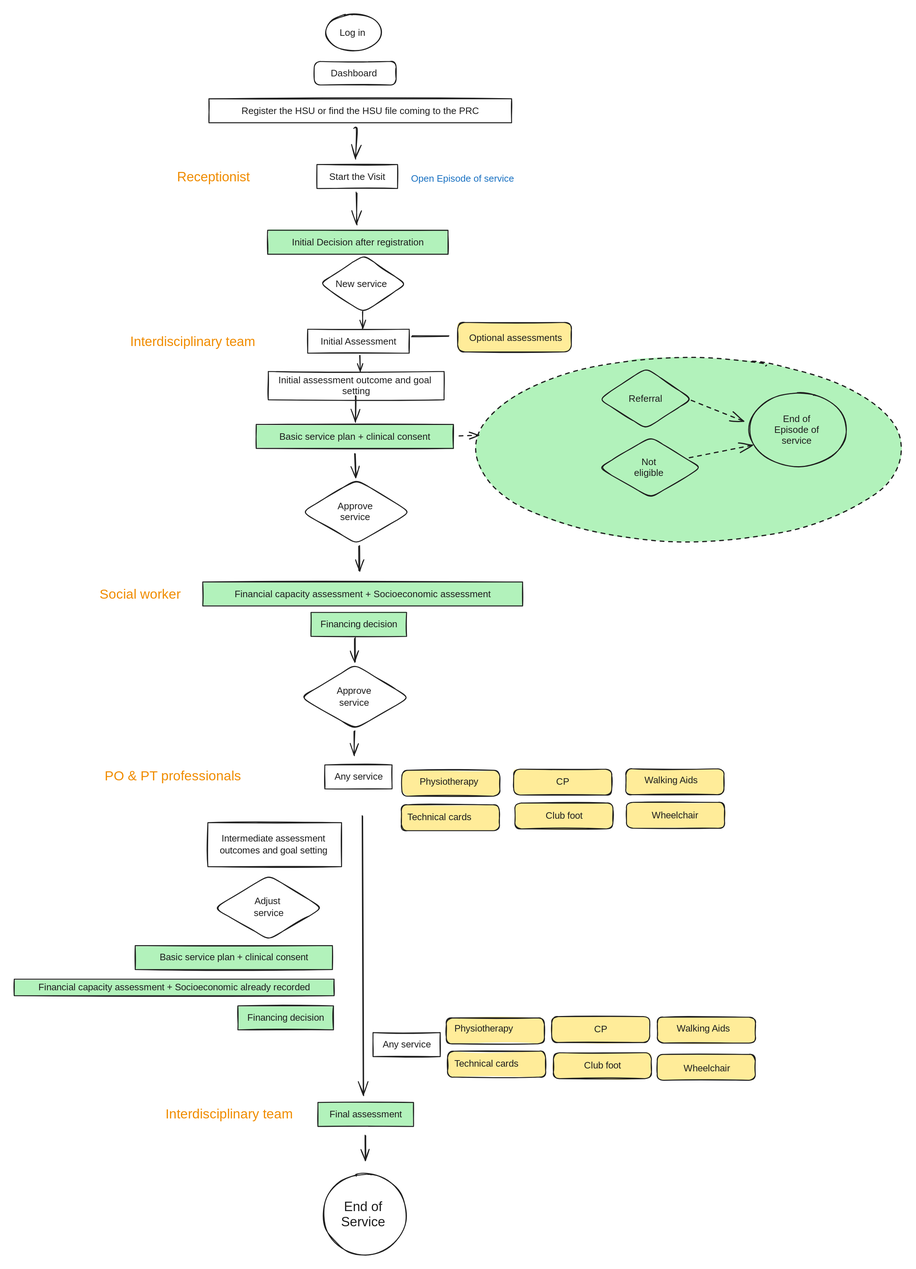
This is digital-center-management-system-v2/.gitbook/assets/file.excalidraw.svg from icrc/digitalhealth-docs, a Excalidraw export, as it was before one commit. Source tidied: one line per element, renumbered; positions are measured from the earlier drawing's top-left corner, leaving out a move shared by most shapes.
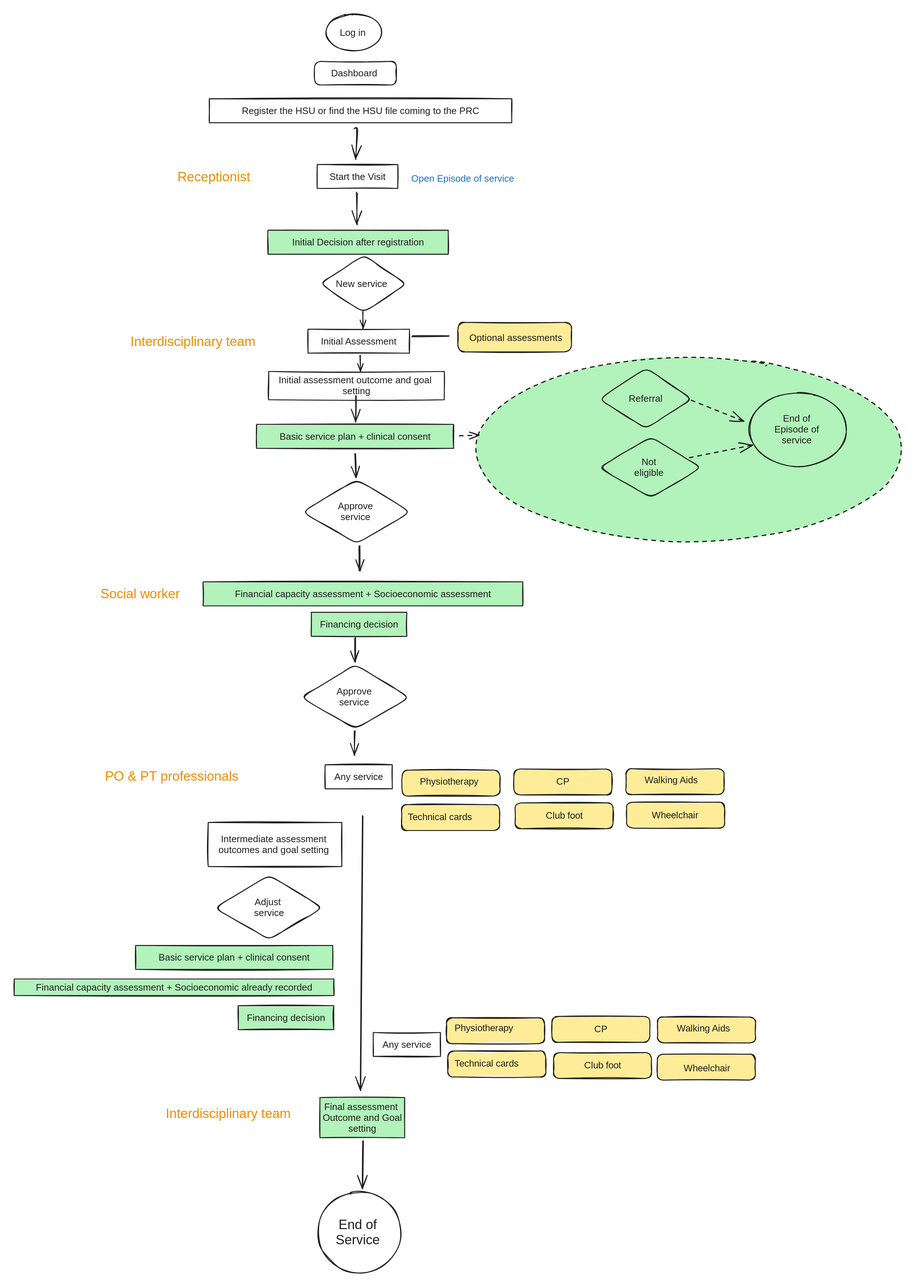
The same file after the commit.

What changed in the source:
```diff
@@ -8,12 +8,12 @@
 {"id": 7, "type": "rectangle", "strokeColor": "#1e1e1e", "backgroundColor": "#b2f2bb", "fillStyle": "solid", "strokeWidth": 2, "roughness": 1, "x": 512, "y": 868, "width": 417, "height": 51}
 {"id": 8, "type": "rectangle", "strokeColor": "#1e1e1e", "backgroundColor": "#b2f2bb", "fillStyle": "solid", "strokeWidth": 2, "roughness": 1, "x": 399, "y": 1201, "width": 676, "height": 51}
 {"id": 9, "type": "rectangle", "strokeColor": "#1e1e1e", "strokeWidth": 2, "roughness": 1, "x": 657, "y": 1588, "width": 142, "height": 51}
-{"id": 10, "type": "rectangle", "strokeColor": "#1e1e1e", "backgroundColor": "#b2f2bb", "fillStyle": "solid", "strokeWidth": 2, "roughness": 1, "x": 642, "y": 2302, "width": 202, "height": 51}
+{"id": 10, "type": "rectangle", "strokeColor": "#1e1e1e", "backgroundColor": "#b2f2bb", "fillStyle": "solid", "strokeWidth": 2, "roughness": 1, "x": 646, "y": 2292, "width": 179, "height": 85}
-{"id": 11, "type": "arrow", "strokeColor": "#1e1e1e", "strokeWidth": 2, "roughness": 1, "endArrowhead": "arrow", "round": true, "from": 2, "to": 3, "x": 718, "y": 242, "width": 6, "height": 64, "points": [[0, 0], [6, 3], [3, 64]]}
+{"id": 11, "type": "arrow", "strokeColor": "#1e1e1e", "strokeWidth": 2, "roughness": 1, "endArrowhead": "arrow", "round": true, "from": 2, "to": 3, "x": 718, "y": 243, "width": 6, "height": 64, "points": [[0, 0], [6, 3], [3, 64]]}
 {"id": 12, "type": "arrow", "strokeColor": "#1e1e1e", "strokeWidth": 2, "roughness": 1, "endArrowhead": "arrow", "round": true, "from": 3, "to": 4, "x": 723, "y": 377, "width": 2, "height": 68, "points": [[0, 0], [2, 68]]}
 {"id": 13, "type": "arrow", "strokeColor": "#1e1e1e", "strokeWidth": 2, "roughness": 1, "endArrowhead": "arrow", "round": true, "from": 5, "to": 6, "x": 731, "y": 722, "width": 1, "height": 33, "points": [[0, 0], [1, 33]]}
 {"id": 14, "type": "arrow", "strokeColor": "#1e1e1e", "strokeWidth": 2, "roughness": 1, "endArrowhead": "arrow", "round": true, "from": 6, "to": 7, "x": 722, "y": 807, "width": 1, "height": 55, "points": [[0, 0], [-1, 55]]}
-{"id": 15, "type": "arrow", "strokeColor": "#1e1e1e", "strokeWidth": 2, "roughness": 1, "endArrowhead": "arrow", "round": true, "to": 10, "x": 736, "y": 1697, "width": 3, "height": 589, "points": [[0, 0], [3, 589]]}
+{"id": 15, "type": "arrow", "strokeColor": "#1e1e1e", "strokeWidth": 2, "roughness": 1, "endArrowhead": "arrow", "round": true, "to": 10, "x": 736, "y": 1697, "width": 4, "height": 579, "points": [[0, 0], [-4, 579]]}
 {"id": 16, "type": "text", "text": "Register the HSU or find the HSU file coming to the PRC", "strokeColor": "#1e1e1e", "strokeWidth": 2, "roughness": 1, "fontSize": 20, "fontFamily": 2, "textAlign": "center", "verticalAlign": "middle", "inside": 2, "x": 480, "y": 193, "width": 504, "height": 23}
 {"id": 17, "type": "text", "text": "Start the Visit", "strokeColor": "#1e1e1e", "strokeWidth": 2, "roughness": 1, "fontSize": 20, "fontFamily": 2, "textAlign": "center", "verticalAlign": "middle", "inside": 3, "x": 666, "y": 332, "width": 119, "height": 23}
 {"id": 18, "type": "text", "text": "Initial Decision after registration", "strokeColor": "#1e1e1e", "strokeWidth": 2, "roughness": 1, "fontSize": 20, "fontFamily": 2, "textAlign": "center", "verticalAlign": "middle", "inside": 4, "x": 587, "y": 471, "width": 280, "height": 23}
@@ -21,8 +21,8 @@
 {"id": 20, "type": "text", "text": "Initial assessment outcome and goal \nsetting", "strokeColor": "#1e1e1e", "strokeWidth": 2, "roughness": 1, "fontSize": 20, "fontFamily": 2, "textAlign": "center", "verticalAlign": "middle", "inside": 6, "x": 558, "y": 763, "width": 330, "height": 46}
 {"id": 21, "type": "text", "text": "Basic service plan + clinical consent", "strokeColor": "#1e1e1e", "strokeWidth": 2, "roughness": 1, "fontSize": 20, "fontFamily": 2, "textAlign": "center", "verticalAlign": "middle", "inside": 7, "x": 560, "y": 882, "width": 321, "height": 23}
 {"id": 22, "type": "text", "text": "Financial capacity assessment + Socioeconomic assessment", "strokeColor": "#1e1e1e", "strokeWidth": 2, "roughness": 1, "fontSize": 20, "fontFamily": 2, "textAlign": "center", "verticalAlign": "middle", "inside": 8, "x": 465, "y": 1215, "width": 544, "height": 23}
-{"id": 23, "type": "text", "text": "Any service", "strokeColor": "#1e1e1e", "strokeWidth": 2, "roughness": 1, "fontSize": 20, "fontFamily": 1, "textAlign": "center", "verticalAlign": "middle", "inside": 9, "x": 674, "y": 1601, "width": 108, "height": 25}
+{"id": 23, "type": "text", "text": "Any service", "strokeColor": "#1e1e1e", "strokeWidth": 2, "roughness": 1, "fontSize": 20, "fontFamily": 2, "textAlign": "center", "verticalAlign": "middle", "inside": 9, "x": 676, "y": 1602, "width": 103, "height": 23}
-{"id": 24, "type": "text", "text": "Final assessment", "strokeColor": "#1e1e1e", "strokeWidth": 2, "roughness": 1, "fontSize": 20, "fontFamily": 1, "textAlign": "center", "verticalAlign": "middle", "inside": 10, "x": 660, "y": 2315, "width": 166, "height": 25}
+{"id": 24, "type": "text", "text": "Final assessment \nOutcome and Goal\nsetting", "strokeColor": "#1e1e1e", "strokeWidth": 2, "roughness": 1, "fontSize": 20, "fontFamily": 2, "textAlign": "center", "verticalAlign": "middle", "inside": 10, "x": 652, "y": 2300, "width": 167, "height": 69}
 {"id": 25, "type": "ellipse", "strokeColor": "#1e1e1e", "strokeWidth": 2, "roughness": 1, "round": true, "x": 659, "y": 0, "width": 119, "height": 77}
 {"id": 26, "type": "text", "text": "Log in ", "strokeColor": "#1e1e1e", "strokeWidth": 2, "roughness": 1, "fontSize": 20, "fontFamily": 2, "textAlign": "center", "verticalAlign": "middle", "inside": 25, "x": 688, "y": 27, "width": 60, "height": 23}
 {"id": 27, "type": "rectangle", "strokeColor": "#1e1e1e", "strokeWidth": 2, "roughness": 1, "round": true, "x": 634, "y": 100, "width": 173, "height": 50}
@@ -34,7 +34,7 @@
 {"id": 33, "type": "text", "text": "Referral", "strokeColor": "#1e1e1e", "backgroundColor": "#ffec99", "fillStyle": "solid", "strokeWidth": 2, "roughness": 1, "fontSize": 20, "fontFamily": 2, "textAlign": "center", "verticalAlign": "middle", "inside": 32, "x": 1299, "y": 801, "width": 71, "height": 23}
 {"id": 34, "type": "text", "text": "Interdisciplinary team", "strokeColor": "#f08c00", "strokeWidth": 2, "roughness": 1, "fontSize": 28, "fontFamily": 2, "x": 245, "y": 677, "width": 265, "height": 32}
 {"id": 35, "type": "text", "text": "New service", "strokeColor": "#1e1e1e", "strokeWidth": 2, "roughness": 1, "fontSize": 20, "fontFamily": 2, "x": 679, "y": 559, "width": 109, "height": 23}
-{"id": 36, "type": "text", "text": "Social worker", "strokeColor": "#f08c00", "strokeWidth": 2, "roughness": 1, "fontSize": 28, "fontFamily": 1, "x": 181, "y": 1211, "width": 178, "height": 35}
+{"id": 36, "type": "text", "text": "Social worker", "strokeColor": "#f08c00", "strokeWidth": 2, "roughness": 1, "fontSize": 28, "fontFamily": 2, "x": 181, "y": 1211, "width": 169, "height": 32}
 {"id": 37, "type": "line", "strokeColor": "#1e1e1e", "backgroundColor": "#1e1e1e", "fillStyle": "solid", "strokeWidth": 2, "roughness": 1, "round": true, "x": 841, "y": 681, "width": 78, "height": 0, "points": [[0, 0], [78, 0]]}
 {"id": 38, "type": "rectangle", "strokeColor": "#1e1e1e", "backgroundColor": "#ffec99", "fillStyle": "solid", "strokeWidth": 2, "roughness": 1, "round": true, "x": 938, "y": 652, "width": 241, "height": 62}
 {"id": 39, "type": "text", "text": "Optional assessments", "strokeColor": "#1e1e1e", "strokeWidth": 2, "roughness": 1, "fontSize": 20, "fontFamily": 2, "x": 962, "y": 673, "width": 197, "height": 23}
@@ -50,9 +50,9 @@
 {"id": 49, "type": "rectangle", "strokeColor": "#1e1e1e", "backgroundColor": "#ffec99", "fillStyle": "solid", "strokeWidth": 2, "roughness": 1, "round": true, "x": 1056, "y": 1597, "width": 207, "height": 55}
 {"id": 50, "type": "text", "text": "CP", "strokeColor": "#1e1e1e", "backgroundColor": "#ffec99", "fillStyle": "solid", "strokeWidth": 2, "roughness": 1, "fontSize": 20, "fontFamily": 1, "textAlign": "center", "verticalAlign": "middle", "inside": 49, "x": 1147, "y": 1612, "width": 26, "height": 25}
 {"id": 51, "type": "rectangle", "strokeColor": "#1e1e1e", "strokeWidth": 2, "roughness": 1, "x": 409, "y": 1710, "width": 283, "height": 93}
-{"id": 52, "type": "text", "text": "Intermediate assessment \noutcomes and goal setting ", "strokeColor": "#1e1e1e", "strokeWidth": 2, "roughness": 1, "fontSize": 20, "fontFamily": 1, "textAlign": "center", "verticalAlign": "middle", "inside": 51, "x": 415, "y": 1732, "width": 272, "height": 50}
+{"id": 52, "type": "text", "text": "Intermediate assessment \noutcomes and goal setting ", "strokeColor": "#1e1e1e", "strokeWidth": 2, "roughness": 1, "fontSize": 20, "fontFamily": 2, "textAlign": "center", "verticalAlign": "middle", "inside": 51, "x": 432, "y": 1734, "width": 238, "height": 46}
 {"id": 53, "type": "rectangle", "strokeColor": "#1e1e1e", "backgroundColor": "#b2f2bb", "fillStyle": "solid", "strokeWidth": 2, "roughness": 1, "x": 256, "y": 1970, "width": 417, "height": 51}
-{"id": 54, "type": "text", "text": "Basic service plan + clinical consent", "strokeColor": "#1e1e1e", "strokeWidth": 2, "roughness": 1, "fontSize": 20, "fontFamily": 1, "textAlign": "center", "verticalAlign": "middle", "inside": 53, "x": 286, "y": 1983, "width": 356, "height": 25}
+{"id": 54, "type": "text", "text": "Basic service plan + clinical consent", "strokeColor": "#1e1e1e", "strokeWidth": 2, "roughness": 1, "fontSize": 20, "fontFamily": 2, "textAlign": "center", "verticalAlign": "middle", "inside": 53, "x": 305, "y": 1984, "width": 318, "height": 23}
 {"id": 55, "type": "diamond", "strokeColor": "#1e1e1e", "strokeWidth": 2, "roughness": 1, "round": true, "x": 609, "y": 984, "width": 229, "height": 136}
 {"id": 56, "type": "text", "text": "Approve \nservice ", "strokeColor": "#1e1e1e", "backgroundColor": "#1e1e1e", "fillStyle": "solid", "strokeWidth": 2, "roughness": 1, "fontSize": 20, "fontFamily": 2, "textAlign": "center", "verticalAlign": "middle", "inside": 55, "x": 684, "y": 1029, "width": 80, "height": 46}
 {"id": 57, "type": "diamond", "strokeColor": "#1e1e1e", "strokeWidth": 2, "roughness": 1, "round": true, "x": 1237, "y": 895, "width": 216, "height": 129}
@@ -63,28 +63,28 @@
 {"id": 62, "type": "arrow", "strokeColor": "#1e1e1e", "backgroundColor": "#ffec99", "fillStyle": "solid", "strokeWidth": 2, "strokeStyle": "dashed", "roughness": 1, "endArrowhead": "arrow", "round": true, "from": 7, "x": 941, "y": 892, "width": 42, "height": 1, "points": [[0, 0], [42, -1]]}
 {"id": 63, "type": "arrow", "strokeColor": "#1e1e1e", "backgroundColor": "#ffec99", "fillStyle": "solid", "strokeWidth": 2, "roughness": 1, "endArrowhead": "arrow", "round": true, "from": 55, "x": 729, "y": 1126, "width": 1, "height": 51, "points": [[0, 0], [1, 51]]}
 {"id": 64, "type": "rectangle", "strokeColor": "#1e1e1e", "backgroundColor": "#b2f2bb", "fillStyle": "solid", "strokeWidth": 2, "roughness": 1, "x": 628, "y": 1266, "width": 202, "height": 51}
-{"id": 65, "type": "text", "text": "Financing decision", "strokeColor": "#1e1e1e", "strokeWidth": 2, "roughness": 1, "fontSize": 20, "fontFamily": 1, "textAlign": "center", "verticalAlign": "middle", "inside": 64, "x": 646, "y": 1278, "width": 165, "height": 25}
+{"id": 65, "type": "text", "text": "Financing decision", "strokeColor": "#1e1e1e", "strokeWidth": 2, "roughness": 1, "fontSize": 20, "fontFamily": 2, "textAlign": "center", "verticalAlign": "middle", "inside": 64, "x": 646, "y": 1279, "width": 165, "height": 23}
 {"id": 66, "type": "arrow", "strokeColor": "#1e1e1e", "backgroundColor": "#ffec99", "fillStyle": "solid", "strokeWidth": 2, "strokeStyle": "dashed", "roughness": 1, "endArrowhead": "arrow", "round": true, "from": 57, "to": 59, "x": 1427, "y": 937, "width": 135, "height": 25, "points": [[0, 0], [135, -25]]}
 {"id": 67, "type": "arrow", "strokeColor": "#1e1e1e", "backgroundColor": "#ffec99", "fillStyle": "solid", "strokeWidth": 2, "strokeStyle": "dashed", "roughness": 1, "endArrowhead": "arrow", "round": true, "from": 32, "to": 59, "x": 1432, "y": 816, "width": 110, "height": 45, "points": [[0, 0], [110, 45]]}
 {"id": 68, "type": "diamond", "strokeColor": "#1e1e1e", "strokeWidth": 2, "roughness": 1, "round": true, "x": 606, "y": 1376, "width": 229, "height": 136}
-{"id": 69, "type": "text", "text": "Approve \nservice ", "strokeColor": "#1e1e1e", "backgroundColor": "#1e1e1e", "fillStyle": "solid", "strokeWidth": 2, "roughness": 1, "fontSize": 20, "fontFamily": 1, "textAlign": "center", "verticalAlign": "middle", "inside": 68, "x": 679, "y": 1419, "width": 84, "height": 50}
+{"id": 69, "type": "text", "text": "Approve \nservice ", "strokeColor": "#1e1e1e", "backgroundColor": "#1e1e1e", "fillStyle": "solid", "strokeWidth": 2, "roughness": 1, "fontSize": 20, "fontFamily": 2, "textAlign": "center", "verticalAlign": "middle", "inside": 68, "x": 681, "y": 1421, "width": 80, "height": 46}
 {"id": 70, "type": "arrow", "strokeColor": "#1e1e1e", "backgroundColor": "#ffec99", "fillStyle": "solid", "strokeWidth": 2, "roughness": 1, "endArrowhead": "arrow", "round": true, "from": 64, "to": 68, "x": 721, "y": 1319, "width": 0, "height": 51, "points": [[0, 0], [0, 51]]}
 {"id": 71, "type": "diamond", "strokeColor": "#1e1e1e", "strokeWidth": 2, "roughness": 1, "round": true, "x": 423, "y": 1821, "width": 229, "height": 136}
-{"id": 72, "type": "text", "text": "Adjust \nservice", "strokeColor": "#1e1e1e", "backgroundColor": "#1e1e1e", "fillStyle": "solid", "strokeWidth": 2, "roughness": 1, "fontSize": 20, "fontFamily": 1, "textAlign": "center", "verticalAlign": "middle", "inside": 71, "x": 501, "y": 1865, "width": 75, "height": 50}
+{"id": 72, "type": "text", "text": "Adjust \nservice", "strokeColor": "#1e1e1e", "backgroundColor": "#1e1e1e", "fillStyle": "solid", "strokeWidth": 2, "roughness": 1, "fontSize": 20, "fontFamily": 2, "textAlign": "center", "verticalAlign": "middle", "inside": 71, "x": 507, "y": 1867, "width": 63, "height": 46}
 {"id": 73, "type": "arrow", "strokeColor": "#1e1e1e", "backgroundColor": "#ffec99", "fillStyle": "solid", "strokeWidth": 2, "roughness": 1, "endArrowhead": "arrow", "round": true, "from": 68, "x": 719, "y": 1517, "width": 0, "height": 51, "points": [[0, 0], [0, 51]]}
 {"id": 74, "type": "arrow", "strokeColor": "#1e1e1e", "strokeWidth": 2, "roughness": 1, "endArrowhead": "arrow", "round": true, "to": 5, "x": 737, "y": 629, "width": 1, "height": 36, "points": [[0, 0], [-1, 36]]}
 {"id": 75, "type": "text", "text": "Physiotherapy ", "strokeColor": "#1e1e1e", "backgroundColor": "#ffec99", "fillStyle": "solid", "strokeWidth": 2, "roughness": 1, "fontSize": 20, "fontFamily": 1, "x": 857, "y": 1611, "width": 142, "height": 25}
-{"id": 76, "type": "text", "text": "PO & PT professionals ", "strokeColor": "#f08c00", "strokeWidth": 2, "roughness": 1, "fontSize": 28, "fontFamily": 1, "x": 191, "y": 1595, "width": 333, "height": 35}
+{"id": 76, "type": "text", "text": "PO & PT professionals ", "strokeColor": "#f08c00", "strokeWidth": 2, "roughness": 1, "fontSize": 28, "fontFamily": 2, "x": 191, "y": 1596, "width": 292, "height": 32}
 {"id": 77, "type": "rectangle", "strokeColor": "#1e1e1e", "backgroundColor": "#b2f2bb", "fillStyle": "solid", "strokeWidth": 2, "roughness": 1, "x": 473, "y": 2098, "width": 202, "height": 51}
-{"id": 78, "type": "text", "text": "Financing decision", "strokeColor": "#1e1e1e", "strokeWidth": 2, "roughness": 1, "fontSize": 20, "fontFamily": 1, "textAlign": "center", "verticalAlign": "middle", "inside": 77, "x": 492, "y": 2111, "width": 165, "height": 25}
+{"id": 78, "type": "text", "text": "Financing decision", "strokeColor": "#1e1e1e", "strokeWidth": 2, "roughness": 1, "fontSize": 20, "fontFamily": 2, "textAlign": "center", "verticalAlign": "middle", "inside": 77, "x": 492, "y": 2112, "width": 165, "height": 23}
-{"id": 79, "type": "rectangle", "strokeColor": "#1e1e1e", "backgroundColor": "#b2f2bb", "fillStyle": "solid", "strokeWidth": 2, "roughness": 1, "x": 0, "y": 2041, "width": 676, "height": 35}
+{"id": 79, "type": "rectangle", "strokeColor": "#1e1e1e", "backgroundColor": "#b2f2bb", "fillStyle": "solid", "strokeWidth": 2, "roughness": 1, "x": -1, "y": 2041, "width": 676, "height": 35}
-{"id": 80, "type": "text", "text": "Financial capacity assessment + Socioeconomic already recorded", "strokeColor": "#1e1e1e", "strokeWidth": 2, "roughness": 1, "fontSize": 20, "fontFamily": 1, "textAlign": "center", "verticalAlign": "middle", "inside": 79, "x": 22, "y": 2046, "width": 633, "height": 25}
+{"id": 80, "type": "text", "text": "Financial capacity assessment + Socioeconomic already recorded", "strokeColor": "#1e1e1e", "strokeWidth": 2, "roughness": 1, "fontSize": 20, "fontFamily": 2, "textAlign": "center", "verticalAlign": "middle", "inside": 79, "x": 46, "y": 2047, "width": 582, "height": 23}
 {"id": 81, "type": "rectangle", "strokeColor": "#1e1e1e", "strokeWidth": 2, "roughness": 1, "x": 759, "y": 2154, "width": 142, "height": 51}
-{"id": 82, "type": "text", "text": "Any service", "strokeColor": "#1e1e1e", "strokeWidth": 2, "roughness": 1, "fontSize": 20, "fontFamily": 1, "textAlign": "center", "verticalAlign": "middle", "inside": 81, "x": 776, "y": 2167, "width": 108, "height": 25}
+{"id": 82, "type": "text", "text": "Any service", "strokeColor": "#1e1e1e", "strokeWidth": 2, "roughness": 1, "fontSize": 20, "fontFamily": 2, "textAlign": "center", "verticalAlign": "middle", "inside": 81, "x": 778, "y": 2168, "width": 103, "height": 23}
-{"id": 83, "type": "ellipse", "strokeColor": "#1e1e1e", "strokeWidth": 2, "roughness": 1, "round": true, "x": 654, "y": 2453, "width": 175, "height": 171}
+{"id": 83, "type": "ellipse", "strokeColor": "#1e1e1e", "strokeWidth": 2, "roughness": 1, "round": true, "x": 642, "y": 2492, "width": 175, "height": 171}
-{"id": 84, "type": "text", "text": "End of \nService ", "strokeColor": "#1e1e1e", "backgroundColor": "#b2f2bb", "fillStyle": "solid", "strokeWidth": 2, "strokeStyle": "dashed", "roughness": 1, "fontSize": 28, "fontFamily": 2, "textAlign": "center", "verticalAlign": "middle", "inside": 83, "x": 691, "y": 2507, "width": 101, "height": 64}
+{"id": 84, "type": "text", "text": "End of \nService ", "strokeColor": "#1e1e1e", "backgroundColor": "#b2f2bb", "fillStyle": "solid", "strokeWidth": 2, "strokeStyle": "dashed", "roughness": 1, "fontSize": 28, "fontFamily": 2, "textAlign": "center", "verticalAlign": "middle", "inside": 83, "x": 679, "y": 2545, "width": 101, "height": 64}
-{"id": 85, "type": "arrow", "strokeColor": "#1e1e1e", "backgroundColor": "#ffec99", "fillStyle": "solid", "strokeWidth": 2, "roughness": 1, "endArrowhead": "arrow", "round": true, "to": 83, "x": 743, "y": 2373, "width": 0, "height": 51, "points": [[0, 0], [0, 51]]}
+{"id": 85, "type": "arrow", "strokeColor": "#1e1e1e", "backgroundColor": "#ffec99", "fillStyle": "solid", "strokeWidth": 2, "roughness": 1, "endArrowhead": "arrow", "round": true, "from": 10, "to": 83, "x": 738, "y": 2385, "width": 1, "height": 99, "points": [[0, 0], [-1, 99]]}
-{"id": 86, "type": "text", "text": "Interdisciplinary team", "strokeColor": "#f08c00", "strokeWidth": 2, "roughness": 1, "fontSize": 28, "fontFamily": 1, "x": 320, "y": 2310, "width": 295, "height": 35}
+{"id": 86, "type": "text", "text": "Interdisciplinary team", "strokeColor": "#f08c00", "strokeWidth": 2, "roughness": 1, "fontSize": 28, "fontFamily": 2, "x": 320, "y": 2310, "width": 265, "height": 32}
 {"id": 87, "type": "rectangle", "strokeColor": "#1e1e1e", "backgroundColor": "#ffec99", "fillStyle": "solid", "strokeWidth": 2, "roughness": 1, "round": true, "x": 916, "y": 2194, "width": 207, "height": 55}
 {"id": 88, "type": "text", "text": "Technical cards", "strokeColor": "#1e1e1e", "backgroundColor": "#ffec99", "fillStyle": "solid", "strokeWidth": 2, "roughness": 1, "fontSize": 20, "fontFamily": 1, "x": 931, "y": 2208, "width": 154, "height": 25}
 {"id": 89, "type": "text", "text": "Physiotherapy ", "strokeColor": "#1e1e1e", "backgroundColor": "#ffec99", "fillStyle": "solid", "strokeWidth": 2, "roughness": 1, "fontSize": 20, "fontFamily": 1, "x": 930, "y": 2133, "width": 142, "height": 25}
```
